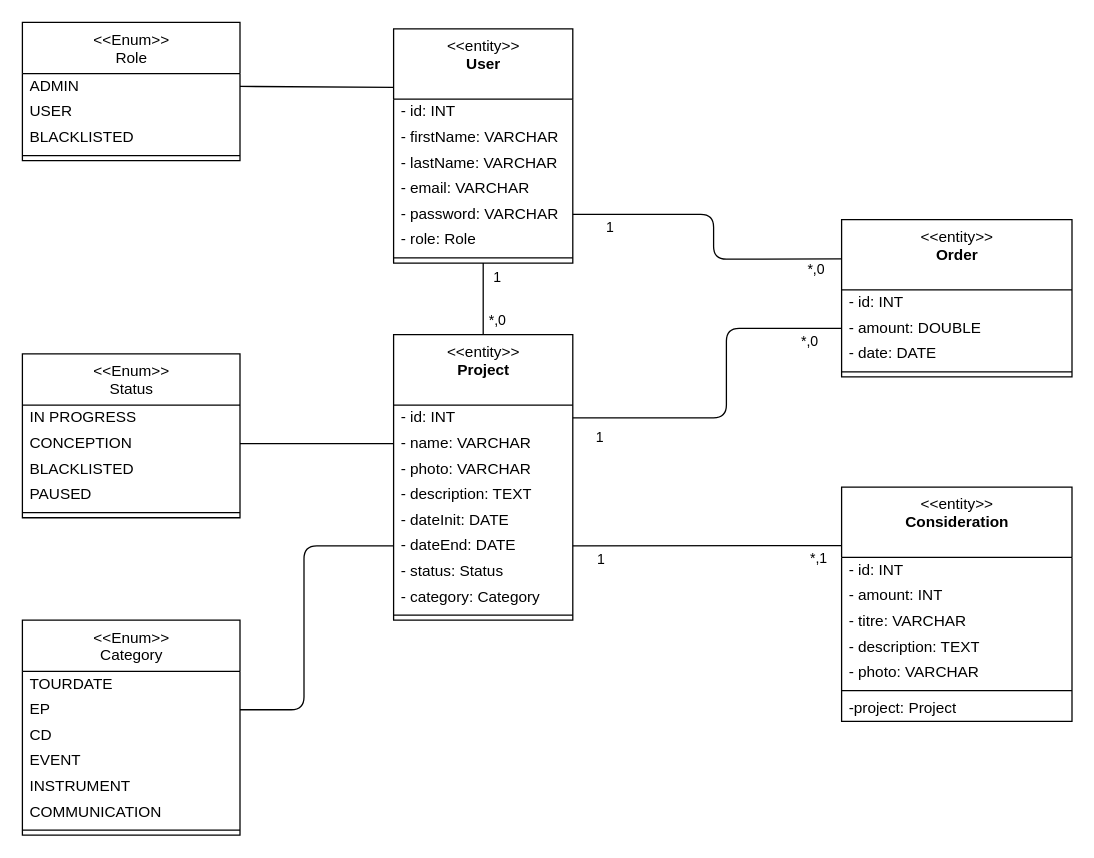
Earlier version of the draw.io diagram conception/modele-de-donnees.drawio (Roland-Foucher/kiss-luler-back). Source tidied: cells renumbered, new cells numbered last; positions are measured from the earlier drawing's top-left corner, leaving out a move shared by most shapes. Both pictures are drawn from the tidied source at 128%, with x=0, y=0 at pixel (22, 22).
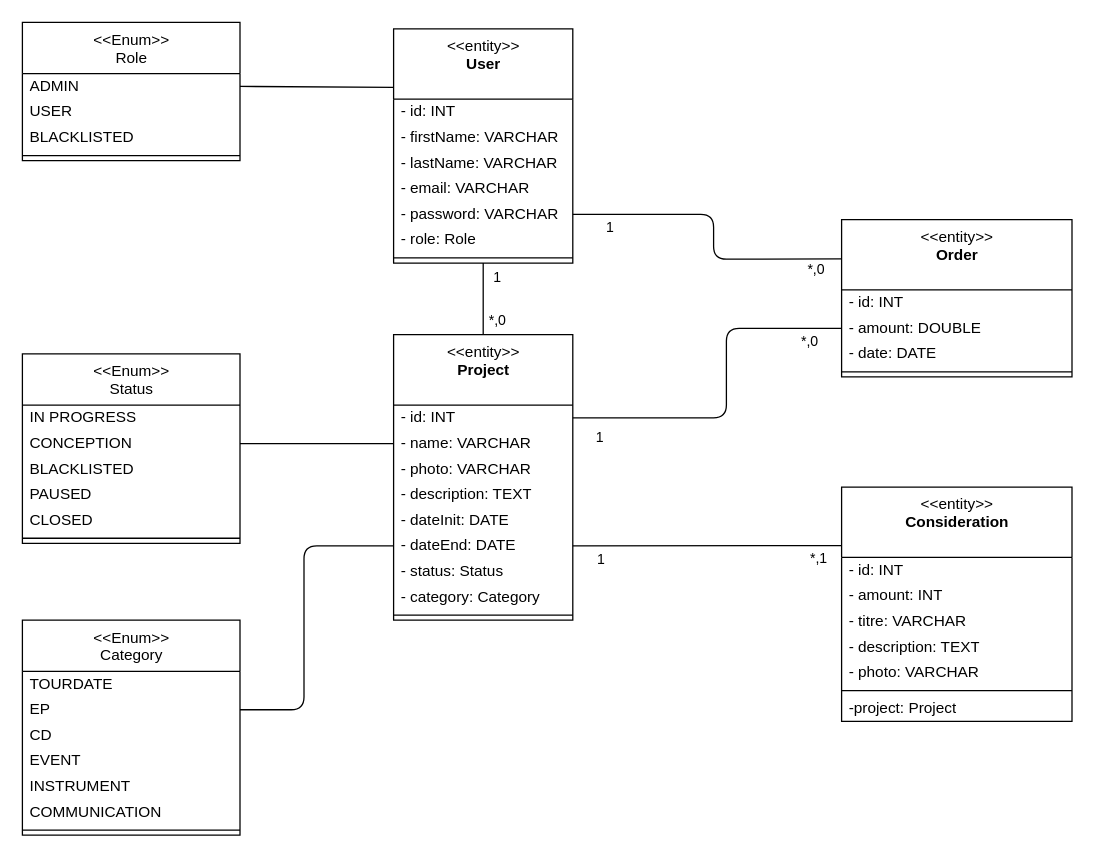
The same page after the edit.

Commit message (it also covers changes not shown here):
[tech] implementation du diagramme de classes

What changed in the source:
```diff
@@
     <mxCell id="29" value="&amp;lt;&amp;lt;Enum&amp;gt;&amp;gt;&lt;br&gt;Status" style="swimlane;fontStyle=0;align=center;verticalAlign=top;horizontal=1;startSize=40;html=1;" parent="1" vertex="1">
-      <mxGeometry y="259" width="170" height="128" as="geometry" />
+      <mxGeometry y="259" width="170" height="148" as="geometry" />
     </mxCell>
@@
+    <mxCell id="67" value="CLOSED" style="text;html=1;strokeColor=none;fillColor=none;align=left;verticalAlign=middle;spacingLeft=4;spacingRight=4;overflow=hidden;" parent="29" vertex="1">
+      <mxGeometry y="120" width="170" height="20" as="geometry" />
+    </mxCell>
     <mxCell id="34" style="line;strokeWidth=1;fillColor=none;align=left;verticalAlign=middle;spacingTop=-1;spacingLeft=3;spacingRight=3;labelPosition=right;" parent="29" vertex="1">
-      <mxGeometry y="120" width="170" height="8" as="geometry" />
+      <mxGeometry y="140" width="170" height="8" as="geometry" />
     </mxCell>
```
